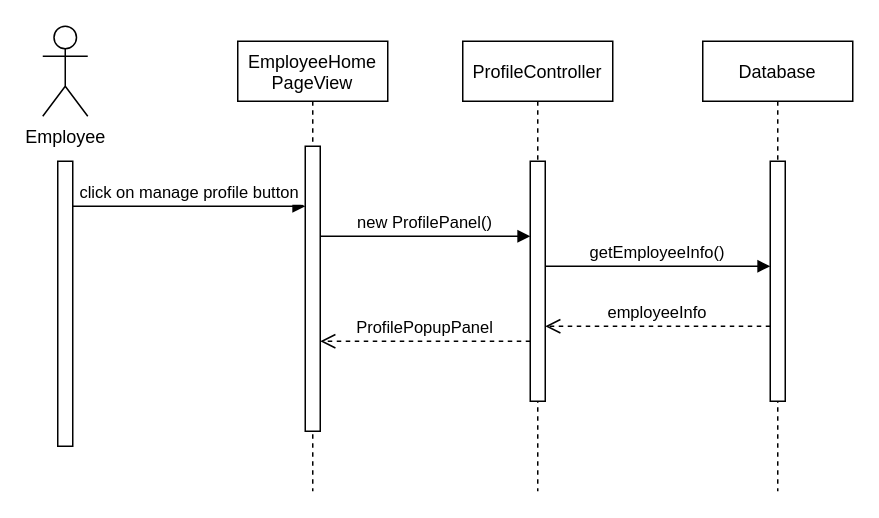
This is Diagram/Sequence Diagram/ViewProfile.drawio from hakunhan/employee_management, a draw.io file, before an edit. Source tidied: cells renumbered, new cells numbered last; positions are measured from the earlier drawing's top-left corner, leaving out a move shared by most shapes. Both pictures are drawn from the tidied source at 150%, with x=0, y=0 at pixel (42, 26).
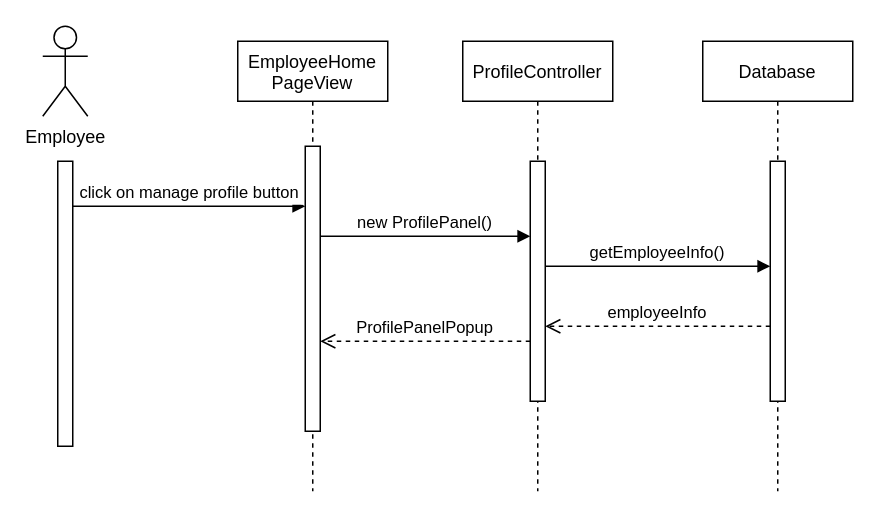
The same page after the edit.

Unchanged cells that the change refers to:
```xml
<mxCell id="3" style="points=[];perimeter=orthogonalPerimeter;rounded=0;shadow=0;strokeWidth=1;" parent="2" vertex="1">
  <mxGeometry x="45" y="70" width="10" height="190" as="geometry" />
</mxCell>
<mxCell id="5" style="points=[];perimeter=orthogonalPerimeter;rounded=0;shadow=0;strokeWidth=1;" parent="4" vertex="1">
  <mxGeometry x="45" y="80" width="10" height="160" as="geometry" />
</mxCell>
```

Change to the diagram source:
```diff
@@
-    <mxCell id="14" value="ProfilePopupPanel" style="verticalAlign=bottom;endArrow=open;dashed=1;endSize=8;shadow=0;strokeWidth=1;" parent="1" edge="1" source="5" target="3">
+    <mxCell id="14" value="ProfilePanelPopup" style="verticalAlign=bottom;endArrow=open;dashed=1;endSize=8;shadow=0;strokeWidth=1;" parent="1" edge="1" source="5" target="3">
       <mxGeometry relative="1" as="geometry">
         <Array as="points">
           <mxPoint x="235" y="210" />
         </Array>
       </mxGeometry>
     </mxCell>
```
